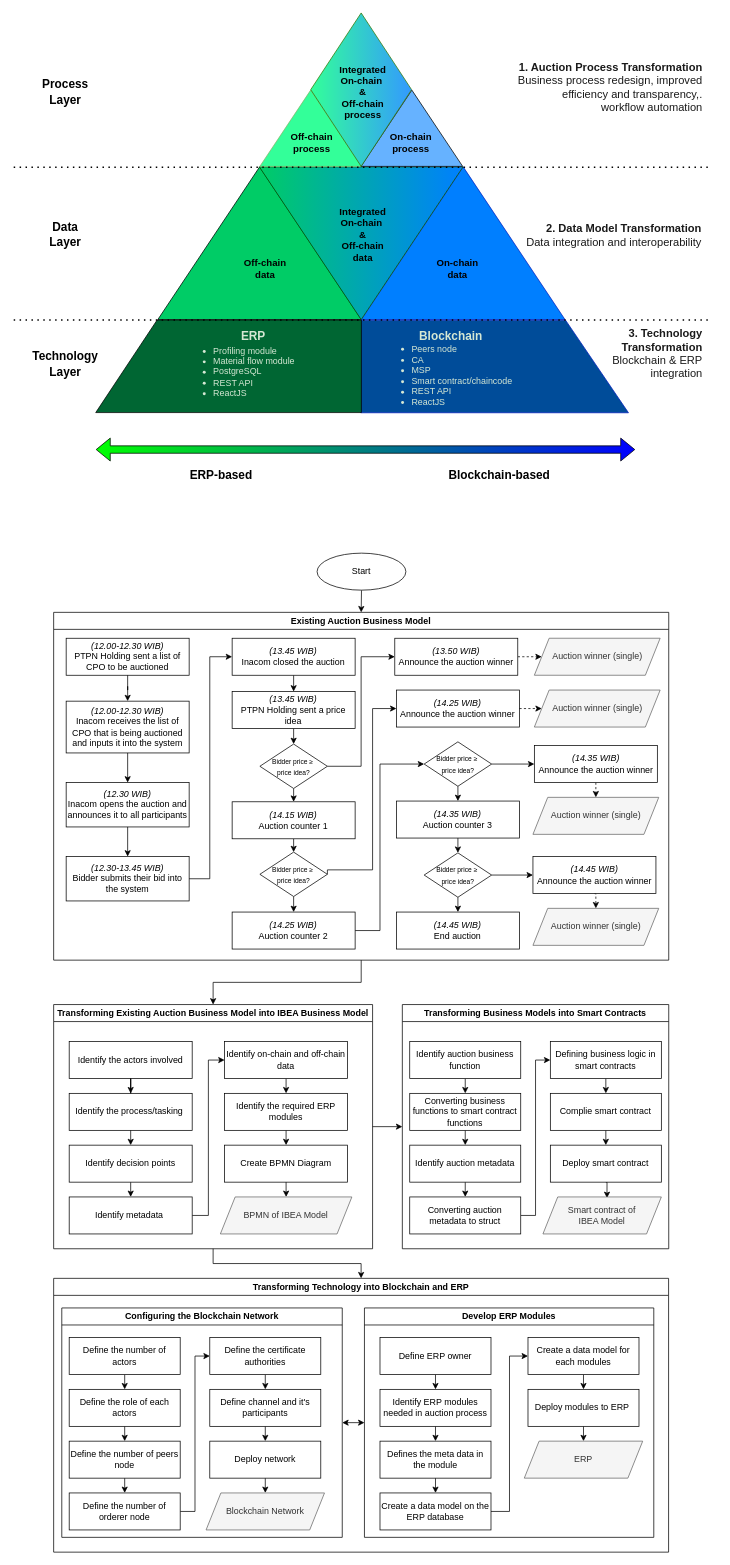
Earlier version of the draw.io diagram Auction Digital Transformation.drawio (ariesharry/Diagrams). Source tidied: cells renumbered, new cells numbered last; positions are measured from the earlier drawing's top-left corner, leaving out a move shared by most shapes. Both pictures are drawn from the tidied source at 74%, with x=0, y=0 at pixel (13, 13).
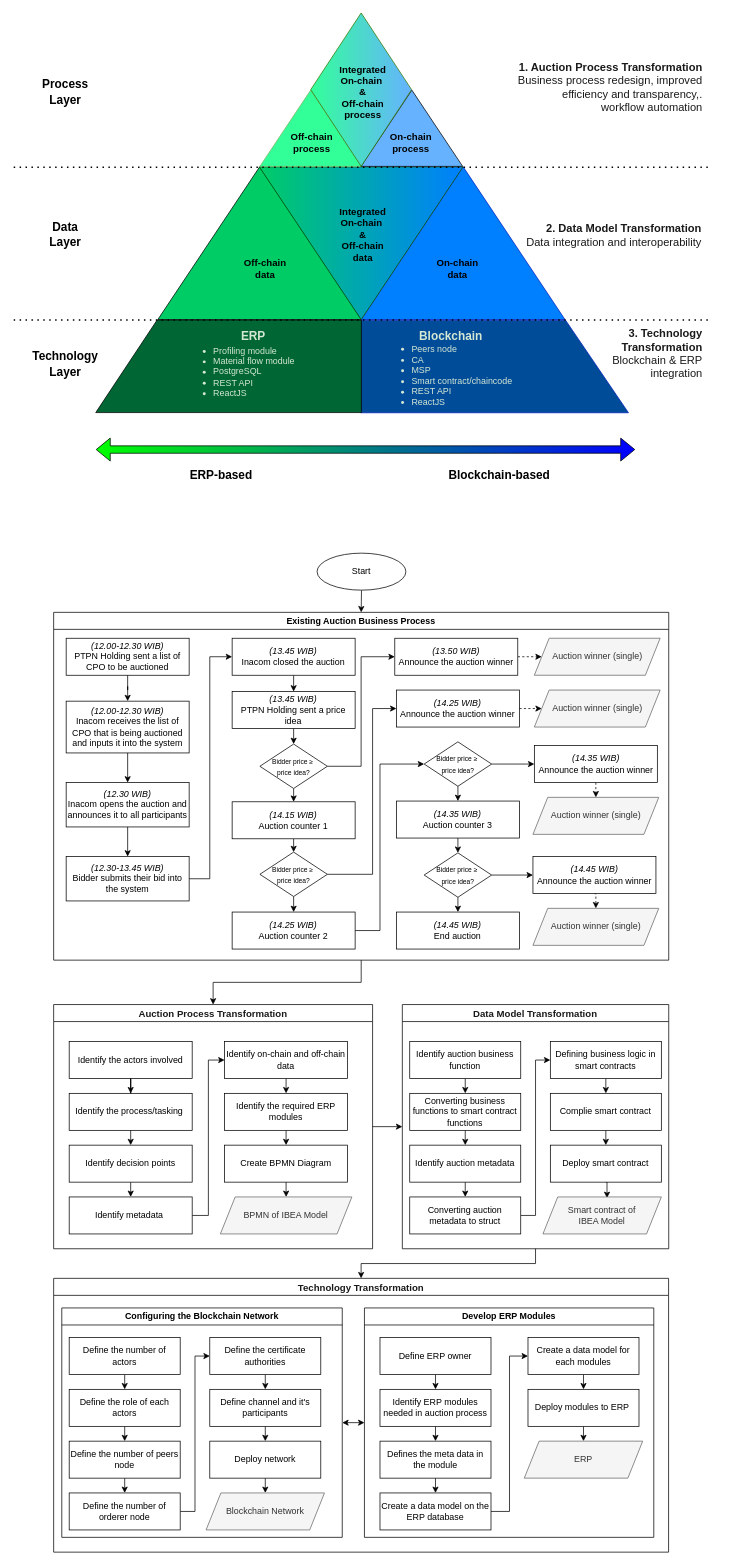
Above is the later version.

Unchanged cells that the change refers to:
```xml
<mxCell id="4" value="&lt;i style=&quot;border-color: var(--border-color);&quot;&gt;(14.25 WIB)&lt;br&gt;&lt;/i&gt;Announce the auction winner" style="rounded=0;whiteSpace=wrap;html=1;labelBorderColor=none;" parent="3" vertex="1">
  <mxGeometry x="463.2" y="105" width="166.2" height="50" as="geometry" />
</mxCell>
<mxCell id="31" value="&lt;font style=&quot;font-size: 9px;&quot;&gt;Bidder price&amp;nbsp;≥&amp;nbsp;&lt;br&gt;price idea?&lt;/font&gt;" style="rhombus;whiteSpace=wrap;html=1;" parent="1" vertex="1">
  <mxGeometry x="332.7" y="1134" width="91.2" height="60" as="geometry" />
</mxCell>
<mxCell id="115" style="group;" parent="1" vertex="1">
  <mxGeometry x="111" width="839.6" height="658.6" as="geometry" />
</mxCell>
```

Change to the diagram source:
```diff
@@
-    <mxCell id="3" value="Existing Auction Business Model" style="swimlane;whiteSpace=wrap;html=1;" parent="1" vertex="1">
+    <mxCell id="3" value="Existing Auction Business Process" style="swimlane;whiteSpace=wrap;html=1;" parent="1" vertex="1">
       <mxGeometry x="54" y="810" width="831.2" height="470" as="geometry" />
     </mxCell>
@@
     <mxCell id="29" style="edgeStyle=orthogonalEdgeStyle;rounded=0;jettySize=auto;html=1;exitX=1;exitY=0.5;exitDx=0;exitDy=0;entryX=0;entryY=0.5;entryDx=0;entryDy=0;" parent="1" edge="1" source="31" target="4">
       <mxGeometry relative="1" as="geometry">
         <Array as="points">
-          <mxPoint x="485" y="1158" />
+          <mxPoint x="485" y="1164" />
           <mxPoint x="485" y="940" />
         </Array>
       </mxGeometry>
     </mxCell>
@@
-    <mxCell id="50" style="edgeStyle=orthogonalEdgeStyle;rounded=0;jettySize=auto;html=1;exitX=0.5;exitY=1;exitDx=0;exitDy=0;entryX=0.5;entryY=0;entryDx=0;entryDy=0;" parent="1" edge="1" source="51" target="83">
+    <mxCell id="50" style="edgeStyle=orthogonalEdgeStyle;rounded=0;jettySize=auto;html=1;exitX=0.5;exitY=1;exitDx=0;exitDy=0;entryX=0.5;entryY=0;entryDx=0;entryDy=0;" parent="1" edge="1" source="67" target="83">
       <mxGeometry relative="1" as="geometry" />
     </mxCell>
-    <mxCell id="51" value="Transforming Existing Auction Business Model into IBEA Business Model" style="swimlane;whiteSpace=wrap;html=1;" parent="1" vertex="1">
+    <mxCell id="51" value="&lt;b style=&quot;border-color: var(--border-color); color: rgb(26, 26, 26); text-align: right;&quot;&gt;&lt;font style=&quot;font-size: 13px;&quot;&gt;Auction Process Transformation&lt;/font&gt;&lt;/b&gt;" style="swimlane;whiteSpace=wrap;html=1;" parent="1" vertex="1">
       <mxGeometry x="54" y="1340" width="431" height="330" as="geometry" />
     </mxCell>
@@
-    <mxCell id="67" value="Transforming Business Models into Smart Contracts" style="swimlane;whiteSpace=wrap;html=1;" parent="1" vertex="1">
+    <mxCell id="67" value="&lt;b style=&quot;border-color: var(--border-color); color: rgb(26, 26, 26); text-align: right;&quot;&gt;&lt;font style=&quot;font-size: 13px;&quot;&gt;Data Model Transformation&lt;/font&gt;&lt;/b&gt;" style="swimlane;whiteSpace=wrap;html=1;" parent="1" vertex="1">
       <mxGeometry x="525.2" y="1340" width="360" height="330" as="geometry" />
     </mxCell>
@@
-    <mxCell id="83" value="Transforming Technology into Blockchain and ERP" style="swimlane;whiteSpace=wrap;html=1;" parent="1" vertex="1">
+    <mxCell id="83" value="&lt;b style=&quot;border-color: var(--border-color); color: rgb(26, 26, 26); text-align: right;&quot;&gt;&lt;font style=&quot;font-size: 13px;&quot;&gt;Technology Transformation&lt;/font&gt;&lt;/b&gt;" style="swimlane;whiteSpace=wrap;html=1;" parent="1" vertex="1">
       <mxGeometry x="54" y="1710" width="831" height="370" as="geometry" />
     </mxCell>
@@
-    <mxCell id="121" style="rhombus;whiteSpace=wrap;html=1;fillColor=#33FF99;fontColor=#ffffff;strokeColor=#2D7600;gradientColor=#3399FF;gradientDirection=east;" parent="115" vertex="1">
+    <mxCell id="121" style="rhombus;whiteSpace=wrap;html=1;fillColor=#33FF99;fontColor=#ffffff;strokeColor=#2D7600;gradientColor=#66B2FF;gradientDirection=east;" parent="115" vertex="1">
       <mxGeometry x="290.4" width="136.3" height="207.3" as="geometry" />
     </mxCell>
```
